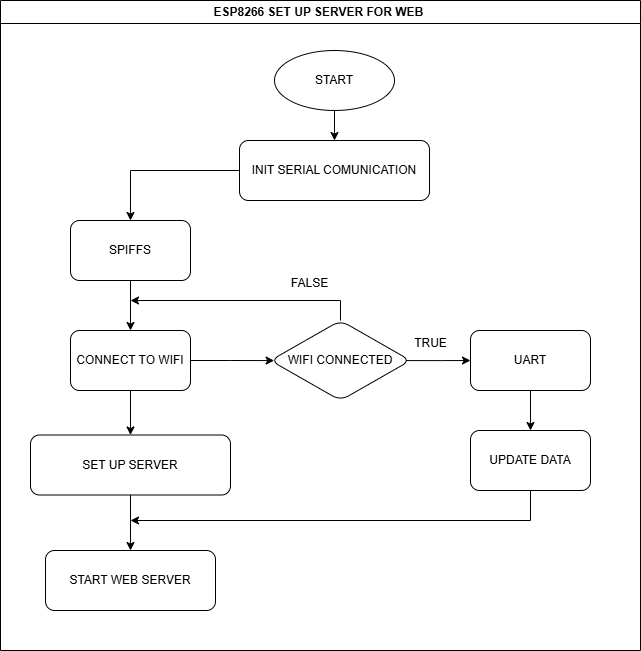
This is FLOWCHART-VIE/FLOWCHART-SET-UP-SERVER-ESP8266.png from Quynguyen34/CNC-Drill-Graduation-Project, a draw.io export, as it was before one commit. Source tidied: cells renumbered, new cells last; positions are measured from the earlier drawing's top-left corner, leaving out a move shared by most shapes. Its diagram source:
```xml
<mxGraphModel>
  <root>
    <mxCell id="0" />
    <mxCell id="1" parent="0" />
    <mxCell id="2" style="edgeStyle=orthogonalEdgeStyle;rounded=0;jettySize=auto;html=1;" parent="1" edge="1" source="3" target="5">
      <mxGeometry relative="1" as="geometry" />
    </mxCell>
    <mxCell id="3" value="START" style="ellipse;whiteSpace=wrap;html=1;" parent="1" vertex="1">
      <mxGeometry x="274" y="50" width="120" height="60" as="geometry" />
    </mxCell>
    <mxCell id="4" style="edgeStyle=orthogonalEdgeStyle;rounded=0;jettySize=auto;html=1;" parent="1" edge="1" source="5" target="7">
      <mxGeometry relative="1" as="geometry" />
    </mxCell>
    <mxCell id="5" value="INIT SERIAL COMUNICATION" style="rounded=1;whiteSpace=wrap;html=1;" parent="1" vertex="1">
      <mxGeometry x="239" y="140" width="190" height="60" as="geometry" />
    </mxCell>
    <mxCell id="6" style="edgeStyle=orthogonalEdgeStyle;rounded=0;jettySize=auto;html=1;" parent="1" edge="1" source="7" target="10">
      <mxGeometry relative="1" as="geometry" />
    </mxCell>
    <mxCell id="7" value="SPIFFS" style="rounded=1;whiteSpace=wrap;html=1;" parent="1" vertex="1">
      <mxGeometry x="70" y="220" width="120" height="60" as="geometry" />
    </mxCell>
    <mxCell id="8" style="edgeStyle=orthogonalEdgeStyle;rounded=0;jettySize=auto;html=1;" parent="1" edge="1" source="10" target="12">
      <mxGeometry relative="1" as="geometry" />
    </mxCell>
    <mxCell id="9" style="edgeStyle=orthogonalEdgeStyle;rounded=0;jettySize=auto;html=1;entryX=0.026;entryY=0.501;entryDx=0;entryDy=0;entryPerimeter=0;" parent="1" edge="1" source="10" target="16">
      <mxGeometry relative="1" as="geometry" />
    </mxCell>
    <mxCell id="10" value="CONNECT TO WIFI" style="rounded=1;whiteSpace=wrap;html=1;" parent="1" vertex="1">
      <mxGeometry x="70" y="330" width="120" height="60" as="geometry" />
    </mxCell>
    <mxCell id="11" style="edgeStyle=orthogonalEdgeStyle;rounded=0;jettySize=auto;html=1;" parent="1" edge="1" source="12" target="13">
      <mxGeometry relative="1" as="geometry" />
    </mxCell>
    <mxCell id="12" value="SET UP SERVER" style="rounded=1;whiteSpace=wrap;html=1;" parent="1" vertex="1">
      <mxGeometry x="30" y="434.5" width="200" height="60" as="geometry" />
    </mxCell>
    <mxCell id="13" value="START WEB SERVER" style="rounded=1;whiteSpace=wrap;html=1;" parent="1" vertex="1">
      <mxGeometry x="45" y="550" width="170" height="60" as="geometry" />
    </mxCell>
    <mxCell id="14" style="edgeStyle=orthogonalEdgeStyle;rounded=0;jettySize=auto;html=1;exitX=0.958;exitY=0.501;exitDx=0;exitDy=0;exitPerimeter=0;" parent="1" edge="1" source="16" target="18">
      <mxGeometry relative="1" as="geometry" />
    </mxCell>
    <mxCell id="15" style="edgeStyle=orthogonalEdgeStyle;rounded=0;jettySize=auto;html=1;" parent="1" edge="1" source="16">
      <mxGeometry relative="1" as="geometry">
        <mxPoint x="130" y="300" as="targetPoint" />
        <Array as="points">
          <mxPoint x="340" y="300" />
        </Array>
      </mxGeometry>
    </mxCell>
    <mxCell id="16" value="WIFI CONNECTED" style="rhombus;whiteSpace=wrap;html=1;rounded=1;" parent="1" vertex="1">
      <mxGeometry x="270" y="320" width="140" height="80" as="geometry" />
    </mxCell>
    <mxCell id="17" style="edgeStyle=orthogonalEdgeStyle;rounded=0;jettySize=auto;html=1;" parent="1" edge="1" source="18" target="22">
      <mxGeometry relative="1" as="geometry" />
    </mxCell>
    <mxCell id="18" value="UART" style="rounded=1;whiteSpace=wrap;html=1;" parent="1" vertex="1">
      <mxGeometry x="470" y="330" width="120" height="60" as="geometry" />
    </mxCell>
    <mxCell id="19" value="TRUE" style="text;html=1;align=center;verticalAlign=middle;strokeColor=none;fillColor=none;" parent="1" vertex="1">
      <mxGeometry x="400" y="328" width="60" height="30" as="geometry" />
    </mxCell>
    <mxCell id="20" value="FALSE" style="text;html=1;align=center;verticalAlign=middle;strokeColor=none;fillColor=none;" parent="1" vertex="1">
      <mxGeometry x="279" y="268" width="60" height="30" as="geometry" />
    </mxCell>
    <mxCell id="21" style="edgeStyle=orthogonalEdgeStyle;rounded=0;jettySize=auto;html=1;" parent="1" edge="1" source="22">
      <mxGeometry relative="1" as="geometry">
        <mxPoint x="130" y="520" as="targetPoint" />
        <Array as="points">
          <mxPoint x="530" y="520" />
        </Array>
      </mxGeometry>
    </mxCell>
    <mxCell id="22" value="UPDATE DATA" style="rounded=1;whiteSpace=wrap;html=1;" parent="1" vertex="1">
      <mxGeometry x="470" y="430" width="120" height="60" as="geometry" />
    </mxCell>
    <mxCell id="23" value="ESP8266 SET UP SERVER FOR WEB&amp;nbsp;" style="swimlane;whiteSpace=wrap;html=1;" parent="1" vertex="1">
      <mxGeometry width="640" height="650" as="geometry" />
    </mxCell>
  </root>
</mxGraphModel>
```
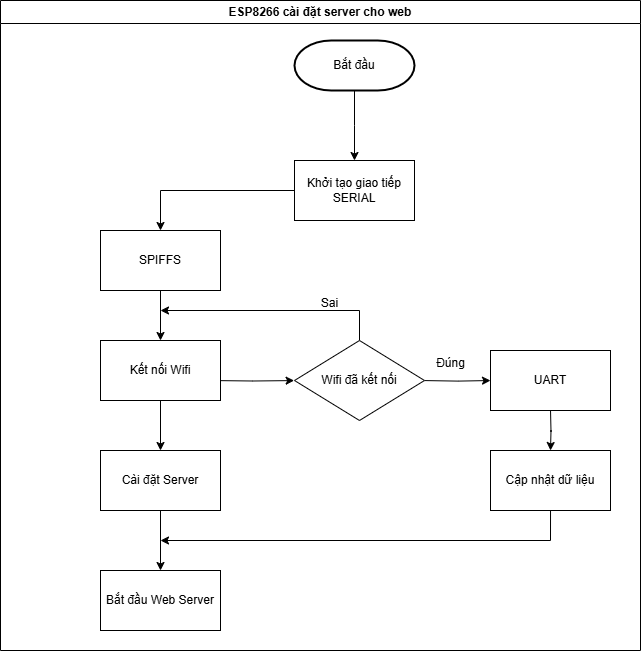
After the commit.

Commit message:
add FLOWCHART-VIETSUB

The edit, as a diff of the source:
```diff
@@ -2,81 +2,93 @@
   <root>
     <mxCell id="0" />
     <mxCell id="1" parent="0" />
-    <mxCell id="2" style="edgeStyle=orthogonalEdgeStyle;rounded=0;jettySize=auto;html=1;" parent="1" edge="1" source="3" target="5">
-      <mxGeometry relative="1" as="geometry" />
-    </mxCell>
-    <mxCell id="3" value="START" style="ellipse;whiteSpace=wrap;html=1;" parent="1" vertex="1">
-      <mxGeometry x="274" y="50" width="120" height="60" as="geometry" />
-    </mxCell>
-    <mxCell id="4" style="edgeStyle=orthogonalEdgeStyle;rounded=0;jettySize=auto;html=1;" parent="1" edge="1" source="5" target="7">
-      <mxGeometry relative="1" as="geometry" />
-    </mxCell>
-    <mxCell id="5" value="INIT SERIAL COMUNICATION" style="rounded=1;whiteSpace=wrap;html=1;" parent="1" vertex="1">
-      <mxGeometry x="239" y="140" width="190" height="60" as="geometry" />
-    </mxCell>
-    <mxCell id="6" style="edgeStyle=orthogonalEdgeStyle;rounded=0;jettySize=auto;html=1;" parent="1" edge="1" source="7" target="10">
-      <mxGeometry relative="1" as="geometry" />
-    </mxCell>
-    <mxCell id="7" value="SPIFFS" style="rounded=1;whiteSpace=wrap;html=1;" parent="1" vertex="1">
-      <mxGeometry x="70" y="220" width="120" height="60" as="geometry" />
-    </mxCell>
-    <mxCell id="8" style="edgeStyle=orthogonalEdgeStyle;rounded=0;jettySize=auto;html=1;" parent="1" edge="1" source="10" target="12">
-      <mxGeometry relative="1" as="geometry" />
-    </mxCell>
-    <mxCell id="9" style="edgeStyle=orthogonalEdgeStyle;rounded=0;jettySize=auto;html=1;entryX=0.026;entryY=0.501;entryDx=0;entryDy=0;entryPerimeter=0;" parent="1" edge="1" source="10" target="16">
-      <mxGeometry relative="1" as="geometry" />
+    <mxCell id="9" style="edgeStyle=orthogonalEdgeStyle;rounded=0;orthogonalLoop=1;jettySize=auto;html=1;entryX=0.026;entryY=0.501;entryDx=0;entryDy=0;entryPerimeter=0;" parent="1" edge="1">
+      <mxGeometry relative="1" as="geometry">
+        <mxPoint x="190" y="360" as="sourcePoint" />
+        <mxPoint x="273.6" y="360.1" as="targetPoint" />
+      </mxGeometry>
     </mxCell>
-    <mxCell id="10" value="CONNECT TO WIFI" style="rounded=1;whiteSpace=wrap;html=1;" parent="1" vertex="1">
-      <mxGeometry x="70" y="330" width="120" height="60" as="geometry" />
-    </mxCell>
-    <mxCell id="11" style="edgeStyle=orthogonalEdgeStyle;rounded=0;jettySize=auto;html=1;" parent="1" edge="1" source="12" target="13">
-      <mxGeometry relative="1" as="geometry" />
-    </mxCell>
-    <mxCell id="12" value="SET UP SERVER" style="rounded=1;whiteSpace=wrap;html=1;" parent="1" vertex="1">
-      <mxGeometry x="30" y="434.5" width="200" height="60" as="geometry" />
-    </mxCell>
-    <mxCell id="13" value="START WEB SERVER" style="rounded=1;whiteSpace=wrap;html=1;" parent="1" vertex="1">
-      <mxGeometry x="45" y="550" width="170" height="60" as="geometry" />
-    </mxCell>
-    <mxCell id="14" style="edgeStyle=orthogonalEdgeStyle;rounded=0;jettySize=auto;html=1;exitX=0.958;exitY=0.501;exitDx=0;exitDy=0;exitPerimeter=0;" parent="1" edge="1" source="16" target="18">
-      <mxGeometry relative="1" as="geometry" />
+    <mxCell id="14" style="edgeStyle=orthogonalEdgeStyle;rounded=0;orthogonalLoop=1;jettySize=auto;html=1;exitX=0.958;exitY=0.501;exitDx=0;exitDy=0;exitPerimeter=0;" parent="1" edge="1">
+      <mxGeometry relative="1" as="geometry">
+        <mxPoint x="404.1" y="360.1" as="sourcePoint" />
+        <mxPoint x="470" y="360" as="targetPoint" />
+      </mxGeometry>
     </mxCell>
-    <mxCell id="15" style="edgeStyle=orthogonalEdgeStyle;rounded=0;jettySize=auto;html=1;" parent="1" edge="1" source="16">
-      <mxGeometry relative="1" as="geometry">
-        <mxPoint x="130" y="300" as="targetPoint" />
-        <Array as="points">
-          <mxPoint x="340" y="300" />
-        </Array>
-      </mxGeometry>
-    </mxCell>
-    <mxCell id="16" value="WIFI CONNECTED" style="rhombus;whiteSpace=wrap;html=1;rounded=1;" parent="1" vertex="1">
-      <mxGeometry x="270" y="320" width="140" height="80" as="geometry" />
-    </mxCell>
-    <mxCell id="17" style="edgeStyle=orthogonalEdgeStyle;rounded=0;jettySize=auto;html=1;" parent="1" edge="1" source="18" target="22">
-      <mxGeometry relative="1" as="geometry" />
+    <mxCell id="17" style="edgeStyle=orthogonalEdgeStyle;rounded=0;orthogonalLoop=1;jettySize=auto;html=1;" parent="1" edge="1">
+      <mxGeometry relative="1" as="geometry">
+        <mxPoint x="530" y="390" as="sourcePoint" />
+        <mxPoint x="530" y="430" as="targetPoint" />
+      </mxGeometry>
     </mxCell>
-    <mxCell id="18" value="UART" style="rounded=1;whiteSpace=wrap;html=1;" parent="1" vertex="1">
-      <mxGeometry x="470" y="330" width="120" height="60" as="geometry" />
-    </mxCell>
-    <mxCell id="19" value="TRUE" style="text;html=1;align=center;verticalAlign=middle;strokeColor=none;fillColor=none;" parent="1" vertex="1">
-      <mxGeometry x="400" y="328" width="60" height="30" as="geometry" />
+    <mxCell id="19" value="Đúng" style="text;html=1;align=center;verticalAlign=middle;strokeColor=none;fillColor=none;" parent="1" vertex="1">
+      <mxGeometry x="405" y="328" width="50" height="30" as="geometry" />
     </mxCell>
-    <mxCell id="20" value="FALSE" style="text;html=1;align=center;verticalAlign=middle;strokeColor=none;fillColor=none;" parent="1" vertex="1">
-      <mxGeometry x="279" y="268" width="60" height="30" as="geometry" />
+    <mxCell id="20" value="Sai" style="text;html=1;align=center;verticalAlign=middle;strokeColor=none;fillColor=none;" parent="1" vertex="1">
+      <mxGeometry x="289" y="268" width="40" height="30" as="geometry" />
     </mxCell>
-    <mxCell id="21" style="edgeStyle=orthogonalEdgeStyle;rounded=0;jettySize=auto;html=1;" parent="1" edge="1" source="22">
+    <mxCell id="21" style="edgeStyle=orthogonalEdgeStyle;rounded=0;orthogonalLoop=1;jettySize=auto;html=1;" parent="1" edge="1">
       <mxGeometry relative="1" as="geometry">
-        <mxPoint x="130" y="520" as="targetPoint" />
+        <mxPoint x="530" y="490" as="sourcePoint" />
+        <mxPoint x="140" y="520" as="targetPoint" />
         <Array as="points">
           <mxPoint x="530" y="520" />
         </Array>
       </mxGeometry>
     </mxCell>
-    <mxCell id="22" value="UPDATE DATA" style="rounded=1;whiteSpace=wrap;html=1;" parent="1" vertex="1">
-      <mxGeometry x="470" y="430" width="120" height="60" as="geometry" />
-    </mxCell>
-    <mxCell id="23" value="ESP8266 SET UP SERVER FOR WEB&amp;nbsp;" style="swimlane;whiteSpace=wrap;html=1;" parent="1" vertex="1">
-      <mxGeometry width="640" height="650" as="geometry" />
+    <mxCell id="23" value="ESP8266 cài đặt server cho web" style="swimlane;whiteSpace=wrap;html=1;" parent="1" vertex="1">
+      <mxGeometry x="-20" y="-20" width="640" height="650" as="geometry" />
     </mxCell>
+    <mxCell id="24" value="Bắt đầu" style="strokeWidth=2;html=1;shape=mxgraph.flowchart.terminator;whiteSpace=wrap;" parent="23" vertex="1">
+      <mxGeometry x="294" y="40" width="120" height="50" as="geometry" />
+    </mxCell>
+    <mxCell id="25" style="edgeStyle=orthogonalEdgeStyle;rounded=0;jettySize=auto;html=1;" parent="23" edge="1" source="26" target="7">
+      <mxGeometry relative="1" as="geometry" />
+    </mxCell>
+    <mxCell id="26" value="Khởi tạo giao tiếp SERIAL" style="rounded=0;whiteSpace=wrap;html=1;" parent="23" vertex="1">
+      <mxGeometry x="294" y="160" width="120" height="60" as="geometry" />
+    </mxCell>
+    <mxCell id="27" style="edgeStyle=orthogonalEdgeStyle;rounded=0;jettySize=auto;html=1;" parent="23" edge="1" source="7" target="29">
+      <mxGeometry relative="1" as="geometry" />
+    </mxCell>
+    <mxCell id="7" value="SPIFFS" style="rounded=0;whiteSpace=wrap;html=1;" parent="23" vertex="1">
+      <mxGeometry x="100" y="230" width="120" height="60" as="geometry" />
+    </mxCell>
+    <mxCell id="28" style="edgeStyle=orthogonalEdgeStyle;rounded=0;jettySize=auto;html=1;" parent="23" edge="1" source="29" target="31">
+      <mxGeometry relative="1" as="geometry" />
+    </mxCell>
+    <mxCell id="29" value="Kết nối Wifi" style="rounded=0;whiteSpace=wrap;html=1;" parent="23" vertex="1">
+      <mxGeometry x="100" y="340" width="120" height="60" as="geometry" />
+    </mxCell>
+    <mxCell id="30" style="edgeStyle=orthogonalEdgeStyle;rounded=0;jettySize=auto;html=1;" parent="23" edge="1" source="31" target="32">
+      <mxGeometry relative="1" as="geometry" />
+    </mxCell>
+    <mxCell id="31" value="Cài đặt Server" style="rounded=0;whiteSpace=wrap;html=1;" parent="23" vertex="1">
+      <mxGeometry x="100" y="450" width="120" height="60" as="geometry" />
+    </mxCell>
+    <mxCell id="32" value="Bắt đầu Web Server" style="rounded=0;whiteSpace=wrap;html=1;" parent="23" vertex="1">
+      <mxGeometry x="100" y="570" width="120" height="60" as="geometry" />
+    </mxCell>
+    <mxCell id="33" value="Cập nhật dữ liệu" style="rounded=0;whiteSpace=wrap;html=1;" parent="23" vertex="1">
+      <mxGeometry x="490" y="450" width="120" height="60" as="geometry" />
+    </mxCell>
+    <mxCell id="18" value="UART" style="rounded=0;whiteSpace=wrap;html=1;" parent="23" vertex="1">
+      <mxGeometry x="490" y="350" width="120" height="60" as="geometry" />
+    </mxCell>
+    <mxCell id="34" style="edgeStyle=orthogonalEdgeStyle;rounded=0;jettySize=auto;html=1;" parent="23" edge="1" source="35">
+      <mxGeometry relative="1" as="geometry">
+        <mxPoint x="160" y="310" as="targetPoint" />
+        <Array as="points">
+          <mxPoint x="359" y="310" />
+        </Array>
+      </mxGeometry>
+    </mxCell>
+    <mxCell id="35" value="Wifi đã kết nối" style="rhombus;whiteSpace=wrap;html=1;" parent="23" vertex="1">
+      <mxGeometry x="294" y="340" width="130" height="80" as="geometry" />
+    </mxCell>
+    <mxCell id="36" style="edgeStyle=orthogonalEdgeStyle;rounded=0;jettySize=auto;html=1;" parent="1" edge="1" source="24">
+      <mxGeometry relative="1" as="geometry">
+        <mxPoint x="334" y="140" as="targetPoint" />
+      </mxGeometry>
+    </mxCell>
   </root>
 </mxGraphModel>
```
